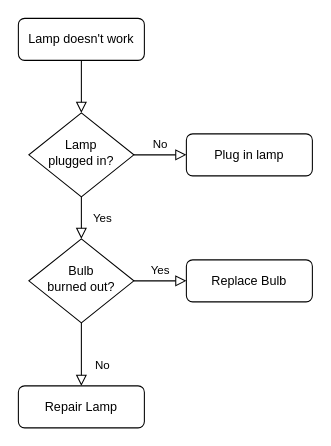
The draw.io diagram 定时扩缩容流程图.drawio in wangshujuan/PostImage, before the edit. Source tidied: cells renumbered, new cells numbered last; positions are measured from the earlier drawing's top-left corner, leaving out a move shared by most shapes. Both pictures are drawn from the tidied source at 105%, with x=0, y=0 at pixel (18, 18).
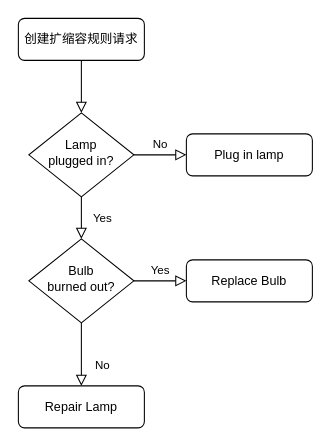
Above is the later version.

Commit message:
更新定时扩缩容流程图.drawio

Diff of the diagram source:
```diff
@@
 <mxGraphModel>
   <root>
     <mxCell id="0" />
     <mxCell id="1" parent="0" />
     <mxCell id="2" style="rounded=0;html=1;jettySize=auto;fontSize=11;endArrow=block;endFill=0;endSize=8;strokeWidth=1;shadow=0;labelBackgroundColor=none;edgeStyle=orthogonalEdgeStyle;" parent="1" edge="1" source="3" target="6">
       <mxGeometry relative="1" as="geometry" />
     </mxCell>
-    <mxCell id="3" value="Lamp doesn't work" style="rounded=1;whiteSpace=wrap;html=1;fontSize=12;glass=0;strokeWidth=1;shadow=0;" parent="1" vertex="1">
+    <mxCell id="3" value="创建扩缩容规则请求" style="rounded=1;whiteSpace=wrap;html=1;fontSize=12;glass=0;strokeWidth=1;shadow=0;" parent="1" vertex="1">
       <mxGeometry width="120" height="40" as="geometry" />
     </mxCell>
     <mxCell id="4" value="Yes" style="rounded=0;html=1;jettySize=auto;fontSize=11;endArrow=block;endFill=0;endSize=8;strokeWidth=1;shadow=0;labelBackgroundColor=none;edgeStyle=orthogonalEdgeStyle;" parent="1" edge="1" source="6" target="10">
       <mxGeometry y="20" relative="1" as="geometry" />
     </mxCell>
     <mxCell id="5" value="No" style="edgeStyle=orthogonalEdgeStyle;rounded=0;html=1;jettySize=auto;fontSize=11;endArrow=block;endFill=0;endSize=8;strokeWidth=1;shadow=0;labelBackgroundColor=none;" parent="1" edge="1" source="6" target="7">
       <mxGeometry y="10" relative="1" as="geometry" />
     </mxCell>
     <mxCell id="6" value="Lamp&lt;br&gt;plugged in?" style="rhombus;whiteSpace=wrap;html=1;shadow=0;fontFamily=Helvetica;fontSize=12;align=center;strokeWidth=1;spacing=6;spacingTop=-4;" parent="1" vertex="1">
       <mxGeometry x="10" y="90" width="100" height="80" as="geometry" />
     </mxCell>
     <mxCell id="7" value="Plug in lamp" style="rounded=1;whiteSpace=wrap;html=1;fontSize=12;glass=0;strokeWidth=1;shadow=0;" parent="1" vertex="1">
       <mxGeometry x="160" y="110" width="120" height="40" as="geometry" />
     </mxCell>
     <mxCell id="8" value="No" style="rounded=0;html=1;jettySize=auto;fontSize=11;endArrow=block;endFill=0;endSize=8;strokeWidth=1;shadow=0;labelBackgroundColor=none;edgeStyle=orthogonalEdgeStyle;" parent="1" edge="1" source="10" target="11">
       <mxGeometry x="0.33" y="20" relative="1" as="geometry" />
     </mxCell>
     <mxCell id="9" value="Yes" style="edgeStyle=orthogonalEdgeStyle;rounded=0;html=1;jettySize=auto;fontSize=11;endArrow=block;endFill=0;endSize=8;strokeWidth=1;shadow=0;labelBackgroundColor=none;" parent="1" edge="1" source="10" target="12">
       <mxGeometry y="10" relative="1" as="geometry" />
     </mxCell>
     <mxCell id="10" value="Bulb&lt;br&gt;burned out?" style="rhombus;whiteSpace=wrap;html=1;shadow=0;fontFamily=Helvetica;fontSize=12;align=center;strokeWidth=1;spacing=6;spacingTop=-4;" parent="1" vertex="1">
       <mxGeometry x="10" y="210" width="100" height="80" as="geometry" />
     </mxCell>
     <mxCell id="11" value="Repair Lamp" style="rounded=1;whiteSpace=wrap;html=1;fontSize=12;glass=0;strokeWidth=1;shadow=0;" parent="1" vertex="1">
       <mxGeometry y="350" width="120" height="40" as="geometry" />
     </mxCell>
     <mxCell id="12" value="Replace Bulb" style="rounded=1;whiteSpace=wrap;html=1;fontSize=12;glass=0;strokeWidth=1;shadow=0;" parent="1" vertex="1">
       <mxGeometry x="160" y="230" width="120" height="40" as="geometry" />
     </mxCell>
   </root>
 </mxGraphModel>
```
